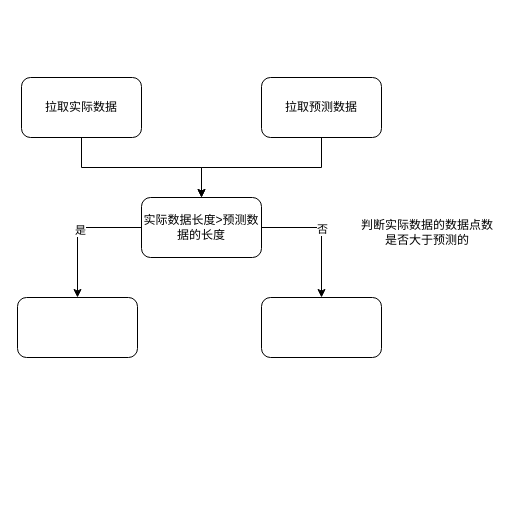
Earlier version of the draw.io diagram dynamic.drawio (wupei-w/diagrams). Source tidied: cells renumbered, new cells numbered last; positions are measured from the earlier drawing's top-left corner, leaving out a move shared by most shapes. Both pictures are drawn from the tidied source at 100%, with x=0, y=0 at pixel (17, 77).
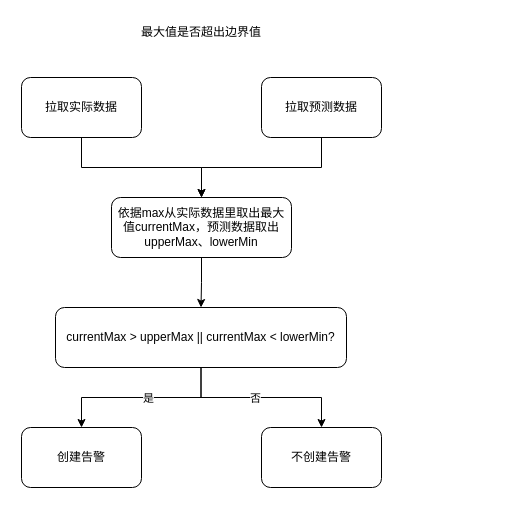
Above is the later version.

Diff of the diagram source:
```diff
@@
 <mxGraphModel>
   <root>
     <mxCell id="0" />
     <mxCell id="1" parent="0" />
     <mxCell id="2" style="edgeStyle=orthogonalEdgeStyle;rounded=0;jettySize=auto;html=1;exitX=0.5;exitY=1;exitDx=0;exitDy=0;" parent="1" edge="1" source="3" target="10">
       <mxGeometry relative="1" as="geometry" />
     </mxCell>
     <mxCell id="3" value="拉取实际数据" style="rounded=1;whiteSpace=wrap;html=1;" parent="1" vertex="1">
       <mxGeometry x="4" width="120" height="60" as="geometry" />
     </mxCell>
     <mxCell id="4" style="edgeStyle=orthogonalEdgeStyle;rounded=0;jettySize=auto;html=1;exitX=0.5;exitY=1;exitDx=0;exitDy=0;entryX=0.5;entryY=0;entryDx=0;entryDy=0;" parent="1" edge="1" source="5" target="10">
       <mxGeometry relative="1" as="geometry" />
     </mxCell>
     <mxCell id="5" value="拉取预测数据" style="rounded=1;whiteSpace=wrap;html=1;" parent="1" vertex="1">
       <mxGeometry x="244" width="120" height="60" as="geometry" />
     </mxCell>
-    <mxCell id="6" style="edgeStyle=orthogonalEdgeStyle;rounded=0;jettySize=auto;html=1;" parent="1" edge="1" source="10" target="11">
-      <mxGeometry relative="1" as="geometry" />
-    </mxCell>
+    <mxCell id="8" style="edgeStyle=orthogonalEdgeStyle;rounded=0;jettySize=auto;html=1;exitX=0.5;exitY=1;exitDx=0;exitDy=0;entryX=0.5;entryY=0;entryDx=0;entryDy=0;" parent="1" edge="1" source="10" target="12">
+      <mxGeometry relative="1" as="geometry" />
+    </mxCell>
+    <mxCell id="10" value="依据max从实际数据里取出最大值currentMax，预测数据取出upperMax、lowerMin" style="rounded=1;whiteSpace=wrap;html=1;" parent="1" vertex="1">
+      <mxGeometry x="94" y="120" width="180" height="60" as="geometry" />
+    </mxCell>
+    <mxCell id="14" style="edgeStyle=orthogonalEdgeStyle;rounded=0;jettySize=auto;html=1;exitX=0.5;exitY=1;exitDx=0;exitDy=0;entryX=0.5;entryY=0;entryDx=0;entryDy=0;" parent="1" edge="1" source="12" target="17">
+      <mxGeometry relative="1" as="geometry" />
+    </mxCell>
-    <mxCell id="7" value="是" style="edgeLabel;html=1;align=center;verticalAlign=middle;" parent="6" vertex="1">
-      <mxGeometry x="-0.08" y="2" relative="1" as="geometry" />
+    <mxCell id="7" value="是" style="edgeLabel;html=1;align=center;verticalAlign=middle;" parent="14" vertex="1">
+      <mxGeometry x="-0.08" y="-2" relative="1" as="geometry">
+        <mxPoint y="2" as="offset" />
+      </mxGeometry>
     </mxCell>
-    <mxCell id="8" style="edgeStyle=orthogonalEdgeStyle;rounded=0;jettySize=auto;html=1;exitX=1;exitY=0.5;exitDx=0;exitDy=0;" parent="1" edge="1" source="10" target="12">
-      <mxGeometry relative="1" as="geometry" />
-    </mxCell>
+    <mxCell id="15" style="edgeStyle=orthogonalEdgeStyle;rounded=0;jettySize=auto;html=1;exitX=0.5;exitY=1;exitDx=0;exitDy=0;entryX=0.5;entryY=0;entryDx=0;entryDy=0;" parent="1" edge="1" source="12" target="18">
+      <mxGeometry relative="1" as="geometry" />
+    </mxCell>
-    <mxCell id="9" value="否" style="edgeLabel;html=1;align=center;verticalAlign=middle;" parent="8" vertex="1">
-      <mxGeometry x="-0.06" relative="1" as="geometry" />
+    <mxCell id="9" value="否" style="edgeLabel;html=1;align=center;verticalAlign=middle;" parent="15" vertex="1">
+      <mxGeometry x="-0.07" y="-2" relative="1" as="geometry">
+        <mxPoint y="-2" as="offset" />
+      </mxGeometry>
     </mxCell>
-    <mxCell id="10" value="实际数据长度&amp;gt;预测数据的长度" style="rounded=1;whiteSpace=wrap;html=1;" parent="1" vertex="1">
-      <mxGeometry x="124" y="120" width="120" height="60" as="geometry" />
-    </mxCell>
-    <mxCell id="11" style="rounded=1;whiteSpace=wrap;html=1;" parent="1" vertex="1">
-      <mxGeometry y="220" width="120" height="60" as="geometry" />
-    </mxCell>
-    <mxCell id="12" style="rounded=1;whiteSpace=wrap;html=1;" parent="1" vertex="1">
-      <mxGeometry x="244" y="220" width="120" height="60" as="geometry" />
+    <mxCell id="12" value="currentMax &amp;gt; upperMax || currentMax &amp;lt; lowerMin?" style="rounded=1;whiteSpace=wrap;html=1;" parent="1" vertex="1">
+      <mxGeometry x="38" y="230" width="291" height="60" as="geometry" />
     </mxCell>
-    <mxCell id="13" value="判断实际数据的数据点数是否大于预测的" style="text;html=1;strokeColor=none;fillColor=none;align=center;verticalAlign=middle;whiteSpace=wrap;rounded=0;" parent="1" vertex="1">
-      <mxGeometry x="340" y="140" width="140" height="30" as="geometry" />
-    </mxCell>
+    <mxCell id="16" value="最大值是否超出边界值" style="text;html=1;strokeColor=none;fillColor=none;align=center;verticalAlign=middle;whiteSpace=wrap;rounded=0;" parent="1" vertex="1">
+      <mxGeometry x="114" y="-60" width="140" height="30" as="geometry" />
+    </mxCell>
+    <mxCell id="17" value="创建告警" style="rounded=1;whiteSpace=wrap;html=1;" parent="1" vertex="1">
+      <mxGeometry x="4" y="350" width="120" height="60" as="geometry" />
+    </mxCell>
+    <mxCell id="18" value="不创建告警" style="rounded=1;whiteSpace=wrap;html=1;" parent="1" vertex="1">
+      <mxGeometry x="244" y="350" width="120" height="60" as="geometry" />
+    </mxCell>
   </root>
 </mxGraphModel>
```
